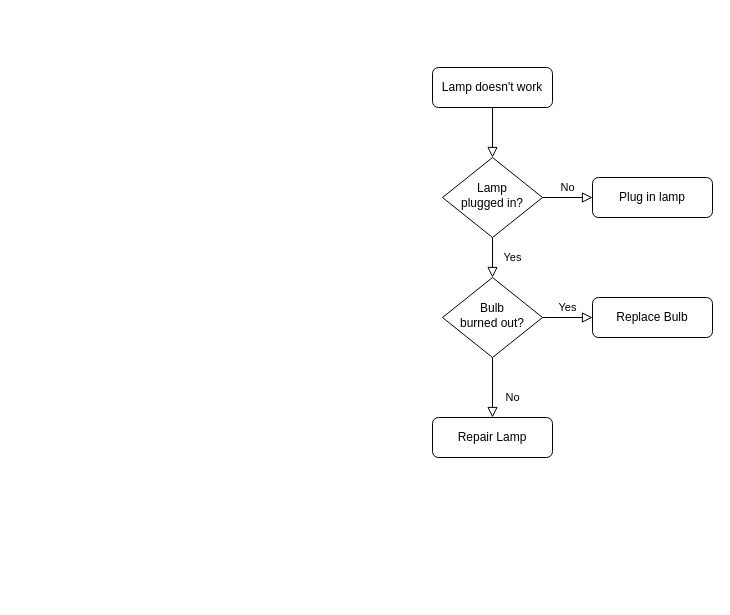
This is Perceptron.drawio from HansO46/DeepLearning, a draw.io file, before an edit. Source tidied: cells renumbered, new cells numbered last; positions are measured from the earlier drawing's top-left corner, leaving out a move shared by most shapes. Both pictures are drawn from the tidied source at 100%, with x=0, y=0 at pixel (432, 67).
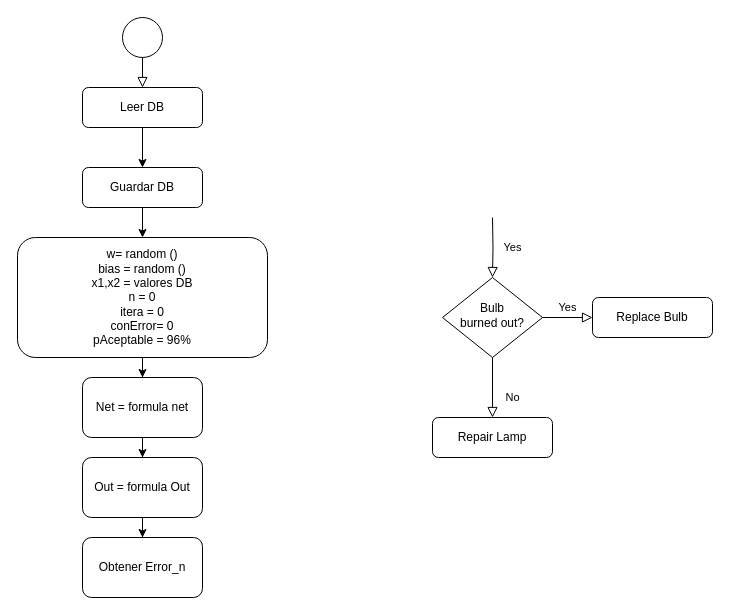
Above is the later version.

The change refers to these unchanged cells:
```xml
<mxCell id="10" value="Bulb&lt;br&gt;burned out?" style="rhombus;whiteSpace=wrap;html=1;shadow=0;fontFamily=Helvetica;fontSize=12;align=center;strokeWidth=1;spacing=6;spacingTop=-4;" parent="1" vertex="1">
  <mxGeometry x="10" y="210" width="100" height="80" as="geometry" />
</mxCell>
```

The edit, as a diff of the source:
```diff
@@
-    <mxCell id="2" style="rounded=0;html=1;jettySize=auto;fontSize=11;endArrow=block;endFill=0;endSize=8;strokeWidth=1;shadow=0;labelBackgroundColor=none;edgeStyle=orthogonalEdgeStyle;" parent="1" edge="1" source="3" target="6">
+    <mxCell id="2" style="rounded=0;html=1;jettySize=auto;fontSize=11;endArrow=block;endFill=0;endSize=8;strokeWidth=1;shadow=0;labelBackgroundColor=none;edgeStyle=orthogonalEdgeStyle;" parent="1" edge="1" source="14" target="7">
       <mxGeometry relative="1" as="geometry" />
     </mxCell>
-    <mxCell id="3" value="Lamp doesn't work" style="rounded=1;whiteSpace=wrap;html=1;fontSize=12;glass=0;strokeWidth=1;shadow=0;" parent="1" vertex="1">
-      <mxGeometry width="120" height="40" as="geometry" />
-    </mxCell>
-    <mxCell id="4" value="Yes" style="rounded=0;html=1;jettySize=auto;fontSize=11;endArrow=block;endFill=0;endSize=8;strokeWidth=1;shadow=0;labelBackgroundColor=none;edgeStyle=orthogonalEdgeStyle;" parent="1" edge="1" source="6" target="10">
-      <mxGeometry y="20" relative="1" as="geometry" />
+    <mxCell id="4" value="Yes" style="rounded=0;html=1;jettySize=auto;fontSize=11;endArrow=block;endFill=0;endSize=8;strokeWidth=1;shadow=0;labelBackgroundColor=none;edgeStyle=orthogonalEdgeStyle;" parent="1" edge="1" target="10">
+      <mxGeometry y="20" relative="1" as="geometry">
+        <mxPoint x="60" y="150" as="sourcePoint" />
+      </mxGeometry>
     </mxCell>
-    <mxCell id="5" value="No" style="edgeStyle=orthogonalEdgeStyle;rounded=0;html=1;jettySize=auto;fontSize=11;endArrow=block;endFill=0;endSize=8;strokeWidth=1;shadow=0;labelBackgroundColor=none;" parent="1" edge="1" source="6" target="7">
-      <mxGeometry y="10" relative="1" as="geometry" />
-    </mxCell>
-    <mxCell id="6" value="Lamp&lt;br&gt;plugged in?" style="rhombus;whiteSpace=wrap;html=1;shadow=0;fontFamily=Helvetica;fontSize=12;align=center;strokeWidth=1;spacing=6;spacingTop=-4;" parent="1" vertex="1">
-      <mxGeometry x="10" y="90" width="100" height="80" as="geometry" />
-    </mxCell>
+    <mxCell id="13" style="edgeStyle=orthogonalEdgeStyle;rounded=0;jettySize=auto;html=1;" parent="1" edge="1" source="7" target="16">
+      <mxGeometry relative="1" as="geometry" />
+    </mxCell>
-    <mxCell id="7" value="Plug in lamp" style="rounded=1;whiteSpace=wrap;html=1;fontSize=12;glass=0;strokeWidth=1;shadow=0;" parent="1" vertex="1">
-      <mxGeometry x="160" y="110" width="120" height="40" as="geometry" />
+    <mxCell id="7" value="Leer DB" style="rounded=1;whiteSpace=wrap;html=1;fontSize=12;glass=0;strokeWidth=1;shadow=0;" parent="1" vertex="1">
+      <mxGeometry x="-350" y="20" width="120" height="40" as="geometry" />
     </mxCell>
@@
+    <mxCell id="14" style="ellipse;whiteSpace=wrap;html=1;" parent="1" vertex="1">
+      <mxGeometry x="-310" y="-50" width="40" height="40" as="geometry" />
+    </mxCell>
+    <mxCell id="15" style="edgeStyle=orthogonalEdgeStyle;rounded=0;jettySize=auto;html=1;" parent="1" edge="1" source="16" target="18">
+      <mxGeometry relative="1" as="geometry" />
+    </mxCell>
+    <mxCell id="16" value="Guardar DB" style="rounded=1;whiteSpace=wrap;html=1;" parent="1" vertex="1">
+      <mxGeometry x="-350" y="100" width="120" height="40" as="geometry" />
+    </mxCell>
+    <mxCell id="17" style="edgeStyle=orthogonalEdgeStyle;rounded=0;jettySize=auto;html=1;" parent="1" edge="1" source="18" target="20">
+      <mxGeometry relative="1" as="geometry" />
+    </mxCell>
+    <mxCell id="18" value="w= random ()&lt;br&gt;bias = random ()&lt;br&gt;x1,x2 = valores DB&lt;br&gt;n = 0&lt;br&gt;itera = 0&lt;br&gt;conError= 0&lt;br&gt;pAceptable = 96%" style="rounded=1;whiteSpace=wrap;html=1;" parent="1" vertex="1">
+      <mxGeometry x="-415" y="170" width="250" height="120" as="geometry" />
+    </mxCell>
+    <mxCell id="19" style="edgeStyle=orthogonalEdgeStyle;rounded=0;jettySize=auto;html=1;" parent="1" edge="1" source="20" target="22">
+      <mxGeometry relative="1" as="geometry" />
+    </mxCell>
+    <mxCell id="20" value="Net = formula net" style="whiteSpace=wrap;html=1;rounded=1;" parent="1" vertex="1">
+      <mxGeometry x="-350" y="310" width="120" height="60" as="geometry" />
+    </mxCell>
+    <mxCell id="21" style="edgeStyle=orthogonalEdgeStyle;rounded=0;jettySize=auto;html=1;" parent="1" edge="1" source="22" target="23">
+      <mxGeometry relative="1" as="geometry" />
+    </mxCell>
+    <mxCell id="22" value="Out = formula Out" style="whiteSpace=wrap;html=1;rounded=1;" parent="1" vertex="1">
+      <mxGeometry x="-350" y="390" width="120" height="60" as="geometry" />
+    </mxCell>
+    <mxCell id="23" value="Obtener Error_n" style="whiteSpace=wrap;html=1;rounded=1;" parent="1" vertex="1">
+      <mxGeometry x="-350" y="470" width="120" height="60" as="geometry" />
+    </mxCell>
```
